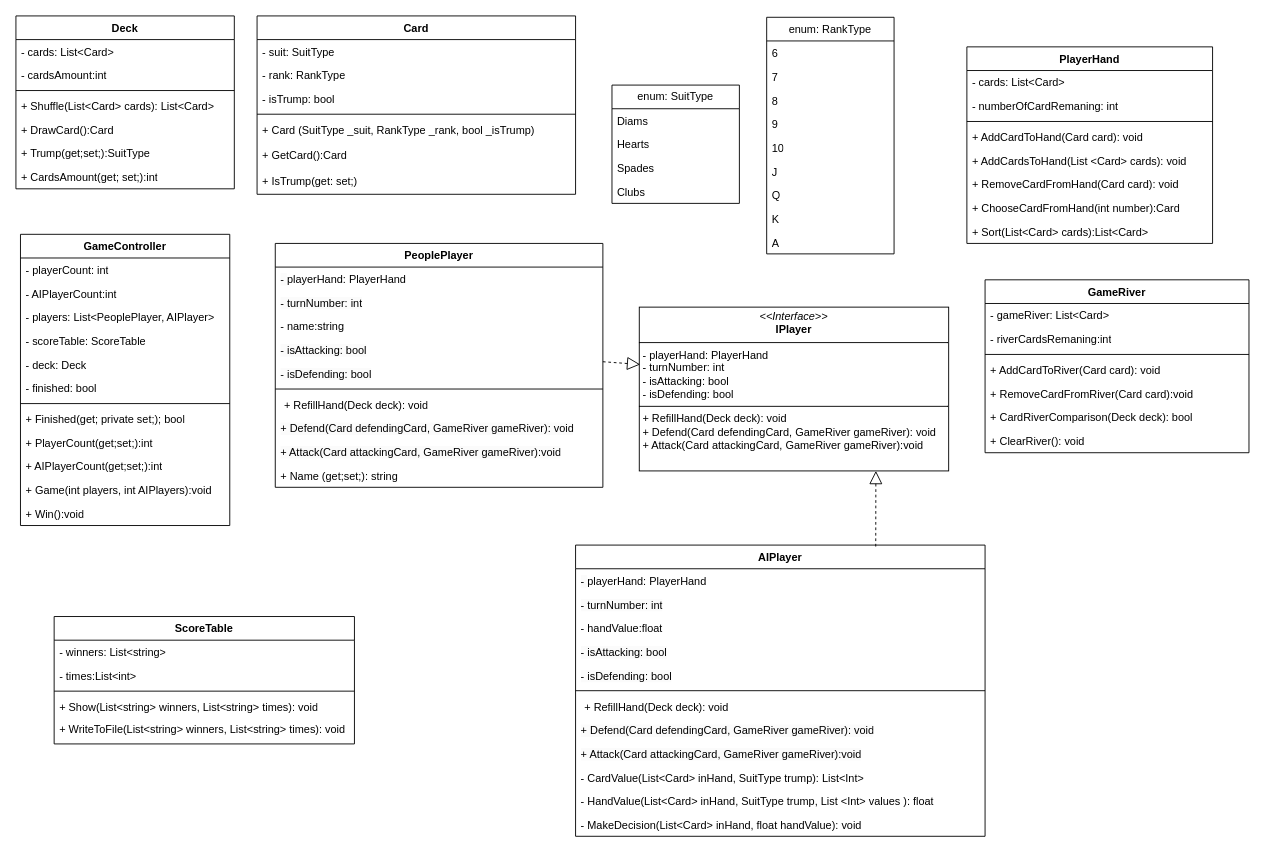
Before: Docs/ДуракМодель.drawio in Stebusha/TheFool, a draw.io diagram. Source tidied: cells renumbered, new cells numbered last; positions are measured from the earlier drawing's top-left corner, leaving out a move shared by most shapes. Both pictures are drawn from the tidied source at 91%, with x=0, y=0 at pixel (15, 15).
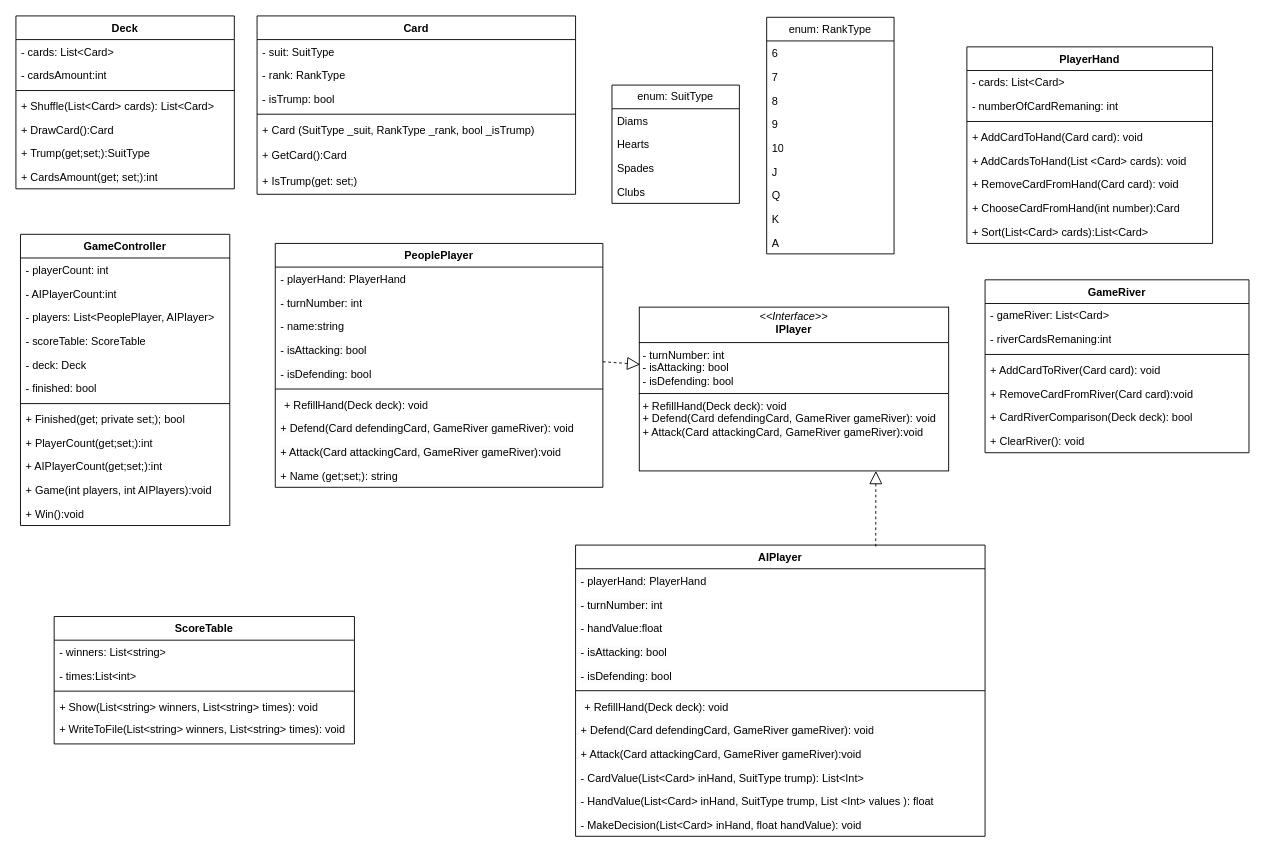
The same page after the edit.

Change to the diagram source:
```diff
@@
-    <mxCell id="2" value="&lt;p style=&quot;margin:0px;margin-top:4px;text-align:center;&quot;&gt;&lt;i&gt;&amp;lt;&amp;lt;Interface&amp;gt;&amp;gt;&lt;/i&gt;&lt;br&gt;&lt;b&gt;IPlayer&lt;/b&gt;&lt;/p&gt;&lt;hr size=&quot;1&quot; style=&quot;border-style:solid;&quot;&gt;&lt;p style=&quot;margin:0px;margin-left:4px;&quot;&gt;- playerHand: PlayerHand&lt;/p&gt;&lt;p style=&quot;margin:0px;margin-left:4px;&quot;&gt;- turnNumber: int&lt;/p&gt;&lt;p style=&quot;margin:0px;margin-left:4px;&quot;&gt;- isAttacking: bool&lt;/p&gt;&lt;p style=&quot;margin:0px;margin-left:4px;&quot;&gt;- isDefending: bool&lt;/p&gt;&lt;hr size=&quot;1&quot; style=&quot;border-style:solid;&quot;&gt;&lt;p style=&quot;margin:0px;margin-left:4px;&quot;&gt;+ RefillHand(Deck deck): void&lt;/p&gt;&lt;p style=&quot;margin:0px;margin-left:4px;&quot;&gt;+ Defend(Card defendingCard,&amp;nbsp;&lt;span style=&quot;background-color: initial;&quot;&gt;GameRiver gameRiver&lt;/span&gt;&lt;span style=&quot;background-color: initial;&quot;&gt;): void&lt;/span&gt;&lt;/p&gt;&lt;p style=&quot;margin:0px;margin-left:4px;&quot;&gt;+ Attack(Card attackingCard,&amp;nbsp;&lt;span style=&quot;background-color: initial;&quot;&gt;GameRiver gameRiver&lt;/span&gt;&lt;span style=&quot;background-color: initial;&quot;&gt;):void&lt;/span&gt;&lt;/p&gt;&lt;p style=&quot;margin:0px;margin-left:4px;&quot;&gt;&lt;br&gt;&lt;/p&gt;" style="verticalAlign=top;align=left;overflow=fill;html=1;whiteSpace=wrap;" parent="1" vertex="1">
+    <mxCell id="2" value="&lt;p style=&quot;margin:0px;margin-top:4px;text-align:center;&quot;&gt;&lt;i&gt;&amp;lt;&amp;lt;Interface&amp;gt;&amp;gt;&lt;/i&gt;&lt;br&gt;&lt;b&gt;IPlayer&lt;/b&gt;&lt;/p&gt;&lt;hr size=&quot;1&quot; style=&quot;border-style:solid;&quot;&gt;&lt;p style=&quot;margin:0px;margin-left:4px;&quot;&gt;&lt;span style=&quot;background-color: initial;&quot;&gt;- turnNumber: int&lt;/span&gt;&lt;br&gt;&lt;/p&gt;&lt;p style=&quot;margin:0px;margin-left:4px;&quot;&gt;- isAttacking: bool&lt;/p&gt;&lt;p style=&quot;margin:0px;margin-left:4px;&quot;&gt;- isDefending: bool&lt;/p&gt;&lt;hr size=&quot;1&quot; style=&quot;border-style:solid;&quot;&gt;&lt;p style=&quot;margin:0px;margin-left:4px;&quot;&gt;+ RefillHand(Deck deck): void&lt;/p&gt;&lt;p style=&quot;margin:0px;margin-left:4px;&quot;&gt;+ Defend(Card defendingCard,&amp;nbsp;&lt;span style=&quot;background-color: initial;&quot;&gt;GameRiver gameRiver&lt;/span&gt;&lt;span style=&quot;background-color: initial;&quot;&gt;): void&lt;/span&gt;&lt;/p&gt;&lt;p style=&quot;margin:0px;margin-left:4px;&quot;&gt;+ Attack(Card attackingCard,&amp;nbsp;&lt;span style=&quot;background-color: initial;&quot;&gt;GameRiver gameRiver&lt;/span&gt;&lt;span style=&quot;background-color: initial;&quot;&gt;):void&lt;/span&gt;&lt;/p&gt;&lt;p style=&quot;margin:0px;margin-left:4px;&quot;&gt;&lt;br&gt;&lt;/p&gt;" style="verticalAlign=top;align=left;overflow=fill;html=1;whiteSpace=wrap;" parent="1" vertex="1">
       <mxGeometry x="685" y="320" width="340" height="180" as="geometry" />
     </mxCell>
```
